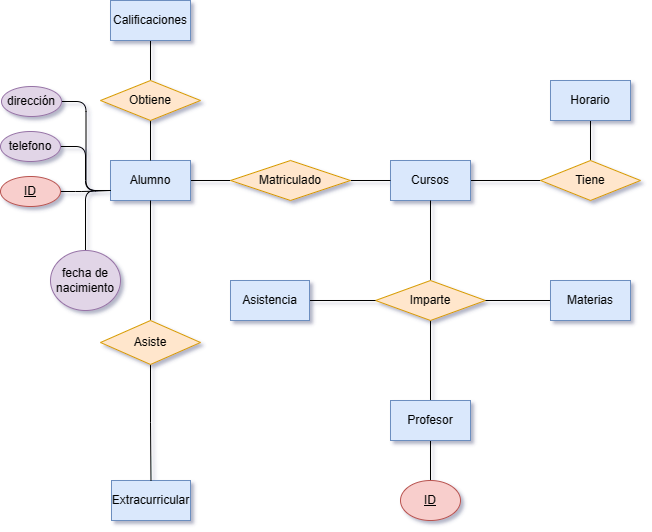
The draw.io diagram Unidad-1/Tareas/Tarea_evaluable1/tareaentregable.drawio.png in toninavhd/Base-datos, before a commit. Source tidied: cells renumbered, new cells last; positions are measured from the earlier drawing's top-left corner, leaving out a move shared by most shapes.
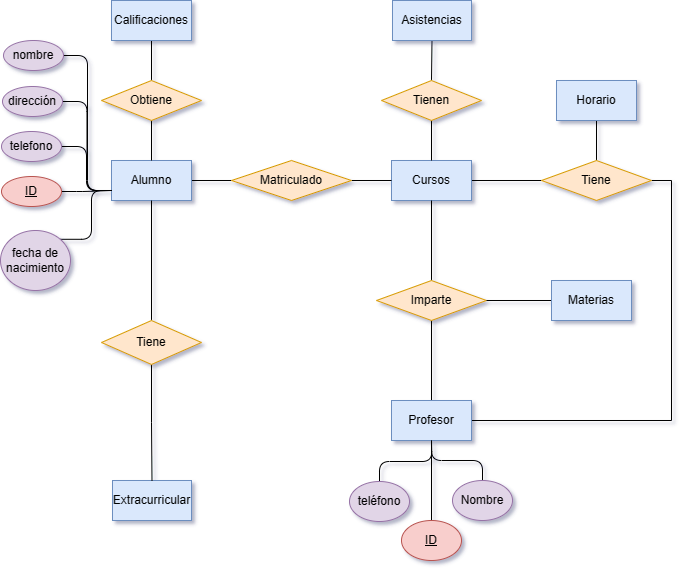
Above is the later version.

The edit, as a diff of the source:
```diff
@@ -26,6 +26,9 @@
     <mxCell id="9" style="edgeStyle=orthogonalEdgeStyle;rounded=0;jettySize=auto;html=1;exitX=0.5;exitY=1;exitDx=0;exitDy=0;entryX=0.5;entryY=0;entryDx=0;entryDy=0;endArrow=none;endFill=0;" parent="1" edge="1" source="10" target="32">
       <mxGeometry relative="1" as="geometry" />
     </mxCell>
+    <mxCell id="37" style="edgeStyle=orthogonalEdgeStyle;rounded=0;jettySize=auto;html=1;exitX=1;exitY=0.5;exitDx=0;exitDy=0;entryX=1;entryY=0.5;entryDx=0;entryDy=0;endArrow=none;endFill=0;" parent="1" edge="1" source="10" target="23">
+      <mxGeometry relative="1" as="geometry" />
+    </mxCell>
     <mxCell id="10" value="Profesor" style="whiteSpace=wrap;html=1;fillColor=#dae8fc;strokeColor=#6c8ebf;" parent="1" vertex="1">
       <mxGeometry x="390" y="400" width="80" height="40" as="geometry" />
     </mxCell>
@@ -65,16 +68,18 @@
       <mxGeometry relative="1" as="geometry" />
     </mxCell>
     <mxCell id="22" value="Horario" style="whiteSpace=wrap;html=1;fillColor=#dae8fc;strokeColor=#6c8ebf;" parent="1" vertex="1">
-      <mxGeometry x="550" y="80" width="80" height="40" as="geometry" />
+      <mxGeometry x="555" y="80" width="80" height="40" as="geometry" />
     </mxCell>
     <mxCell id="23" value="Tiene" style="rhombus;whiteSpace=wrap;html=1;fillColor=#ffe6cc;strokeColor=#d79b00;" parent="1" vertex="1">
-      <mxGeometry x="540" y="160" width="100" height="40" as="geometry" />
+      <mxGeometry x="540" y="160" width="110" height="40" as="geometry" />
     </mxCell>
-    <mxCell id="24" style="edgeStyle=orthogonalEdgeStyle;rounded=0;jettySize=auto;html=1;exitX=1;exitY=0.5;exitDx=0;exitDy=0;entryX=0;entryY=0.5;entryDx=0;entryDy=0;endArrow=none;endFill=0;" parent="1" edge="1" source="25" target="12">
-      <mxGeometry relative="1" as="geometry" />
-    </mxCell>
+    <mxCell id="38" style="edgeStyle=orthogonalEdgeStyle;rounded=0;jettySize=auto;html=1;exitX=0.5;exitY=1;exitDx=0;exitDy=0;endArrow=none;endFill=0;" parent="1" edge="1" source="25">
+      <mxGeometry relative="1" as="geometry">
+        <mxPoint x="430" y="80" as="targetPoint" />
+      </mxGeometry>
+    </mxCell>
-    <mxCell id="25" value="Asistencia" style="whiteSpace=wrap;html=1;fillColor=#dae8fc;strokeColor=#6c8ebf;" parent="1" vertex="1">
-      <mxGeometry x="230" y="280" width="79" height="40" as="geometry" />
+    <mxCell id="25" value="Asistencias" style="whiteSpace=wrap;html=1;fillColor=#dae8fc;strokeColor=#6c8ebf;" parent="1" vertex="1">
+      <mxGeometry x="391" width="79" height="40" as="geometry" />
     </mxCell>
     <mxCell id="26" value="Extracurricular" style="whiteSpace=wrap;html=1;fillColor=#dae8fc;strokeColor=#6c8ebf;" parent="1" vertex="1">
       <mxGeometry x="111" y="480" width="79" height="40" as="geometry" />
@@ -85,17 +90,22 @@
     <mxCell id="28" style="edgeStyle=orthogonalEdgeStyle;rounded=0;jettySize=auto;html=1;exitX=0.5;exitY=1;exitDx=0;exitDy=0;entryX=0.5;entryY=0;entryDx=0;entryDy=0;endArrow=none;endFill=0;" parent="1" edge="1" source="29" target="26">
       <mxGeometry relative="1" as="geometry" />
     </mxCell>
-    <mxCell id="29" value="Asiste" style="rhombus;whiteSpace=wrap;html=1;fillColor=#ffe6cc;strokeColor=#d79b00;" parent="1" vertex="1">
+    <mxCell id="29" value="Tiene" style="rhombus;whiteSpace=wrap;html=1;fillColor=#ffe6cc;strokeColor=#d79b00;" parent="1" vertex="1">
       <mxGeometry x="100" y="320" width="100" height="44" as="geometry" />
     </mxCell>
-    <mxCell id="30" style="edgeStyle=orthogonalEdgeStyle;jettySize=auto;html=1;exitX=0.5;exitY=0;exitDx=0;exitDy=0;entryX=0;entryY=0.75;entryDx=0;entryDy=0;endArrow=none;endFill=0;rounded=1;" parent="1" edge="1" source="31" target="3">
-      <mxGeometry relative="1" as="geometry" />
+    <mxCell id="30" style="edgeStyle=orthogonalEdgeStyle;rounded=1;jettySize=auto;html=1;exitX=1;exitY=0;exitDx=0;exitDy=0;entryX=0;entryY=0.75;entryDx=0;entryDy=0;endArrow=none;endFill=0;" parent="1" edge="1" source="31" target="3">
+      <mxGeometry relative="1" as="geometry">
+        <Array as="points">
+          <mxPoint x="90" y="239" />
+          <mxPoint x="90" y="190" />
+        </Array>
+      </mxGeometry>
     </mxCell>
     <mxCell id="31" value="fecha de nacimiento" style="ellipse;whiteSpace=wrap;html=1;fillColor=#e1d5e7;strokeColor=#9673a6;" parent="1" vertex="1">
-      <mxGeometry x="50" y="250" width="70" height="60" as="geometry" />
+      <mxGeometry x="-1" y="230" width="70" height="60" as="geometry" />
     </mxCell>
     <mxCell id="32" value="&lt;u&gt;ID&lt;/u&gt;" style="ellipse;whiteSpace=wrap;html=1;fillColor=#f8cecc;strokeColor=#b85450;" parent="1" vertex="1">
-      <mxGeometry x="400" y="480" width="60" height="40" as="geometry" />
+      <mxGeometry x="400" y="520" width="60" height="40" as="geometry" />
     </mxCell>
     <mxCell id="33" style="edgeStyle=orthogonalEdgeStyle;rounded=0;jettySize=auto;html=1;exitX=0.5;exitY=1;exitDx=0;exitDy=0;entryX=0.5;entryY=0;entryDx=0;entryDy=0;endArrow=none;endFill=0;" parent="1" edge="1" source="34" target="36">
       <mxGeometry relative="1" as="geometry" />
@@ -109,5 +119,31 @@
     <mxCell id="36" value="Obtiene" style="rhombus;whiteSpace=wrap;html=1;fillColor=#ffe6cc;strokeColor=#d79b00;" parent="1" vertex="1">
       <mxGeometry x="100" y="80" width="100" height="40" as="geometry" />
     </mxCell>
+    <mxCell id="39" style="edgeStyle=orthogonalEdgeStyle;rounded=1;jettySize=auto;html=1;exitX=0.5;exitY=0;exitDx=0;exitDy=0;entryX=0.5;entryY=1;entryDx=0;entryDy=0;endArrow=none;endFill=0;" parent="1" edge="1" source="40" target="10">
+      <mxGeometry relative="1" as="geometry" />
+    </mxCell>
+    <mxCell id="40" value="Nombre" style="ellipse;whiteSpace=wrap;html=1;fillColor=#e1d5e7;strokeColor=#9673a6;" parent="1" vertex="1">
+      <mxGeometry x="451" y="480" width="60" height="40" as="geometry" />
+    </mxCell>
+    <mxCell id="41" style="edgeStyle=orthogonalEdgeStyle;rounded=1;jettySize=auto;html=1;exitX=0.5;exitY=0;exitDx=0;exitDy=0;endArrow=none;endFill=0;" parent="1" edge="1" source="42">
+      <mxGeometry relative="1" as="geometry">
+        <mxPoint x="430" y="440" as="targetPoint" />
+      </mxGeometry>
+    </mxCell>
+    <mxCell id="42" value="teléfono" style="ellipse;whiteSpace=wrap;html=1;fillColor=#e1d5e7;strokeColor=#9673a6;" parent="1" vertex="1">
+      <mxGeometry x="348" y="481" width="60" height="40" as="geometry" />
+    </mxCell>
+    <mxCell id="43" style="edgeStyle=orthogonalEdgeStyle;rounded=1;jettySize=auto;html=1;exitX=1;exitY=0.5;exitDx=0;exitDy=0;entryX=0;entryY=0.75;entryDx=0;entryDy=0;endArrow=none;endFill=0;" parent="1" edge="1" source="44" target="3">
+      <mxGeometry relative="1" as="geometry" />
+    </mxCell>
+    <mxCell id="44" value="nombre" style="ellipse;whiteSpace=wrap;html=1;fillColor=#e1d5e7;strokeColor=#9673a6;" parent="1" vertex="1">
+      <mxGeometry x="2" y="40" width="60" height="30" as="geometry" />
+    </mxCell>
+    <mxCell id="45" style="edgeStyle=orthogonalEdgeStyle;rounded=0;jettySize=auto;html=1;exitX=0.5;exitY=1;exitDx=0;exitDy=0;entryX=0.5;entryY=0;entryDx=0;entryDy=0;endArrow=none;endFill=0;" parent="1" edge="1" source="46" target="5">
+      <mxGeometry relative="1" as="geometry" />
+    </mxCell>
+    <mxCell id="46" value="Tienen" style="rhombus;whiteSpace=wrap;html=1;fillColor=#ffe6cc;strokeColor=#d79b00;" parent="1" vertex="1">
+      <mxGeometry x="380" y="80" width="100" height="40" as="geometry" />
+    </mxCell>
   </root>
 </mxGraphModel>
```
